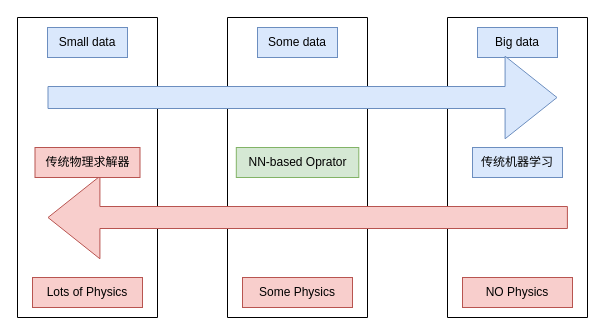
Earlier version of the draw.io diagram 数据物理.drawio (5huanghuai/Diagram). Source tidied: cells renumbered, new cells numbered last; positions are measured from the earlier drawing's top-left corner, leaving out a move shared by most shapes. Both pictures are drawn from the tidied source at 100%, with x=0, y=0 at pixel (17, 17).
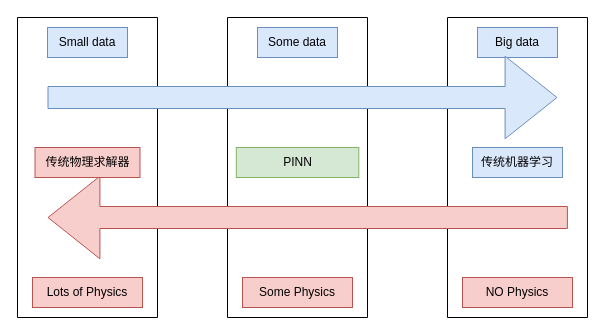
After the change.

Commit message:
更新数据物理.drawio

The edit, as a diff of the source:
```diff
@@
 <mxGraphModel>
   <root>
     <mxCell id="0" />
     <mxCell id="1" parent="0" />
     <mxCell id="2" style="verticalLabelPosition=bottom;verticalAlign=top;html=1;shape=mxgraph.basic.rect;fillColor2=none;strokeWidth=1;size=20;indent=5;" parent="1" vertex="1">
       <mxGeometry x="430" width="140" height="300" as="geometry" />
     </mxCell>
     <mxCell id="3" value="Big data" style="text;html=1;strokeColor=#6c8ebf;fillColor=#dae8fc;align=center;verticalAlign=middle;whiteSpace=wrap;rounded=0;" parent="1" vertex="1">
       <mxGeometry x="460" y="10" width="80" height="30" as="geometry" />
     </mxCell>
     <mxCell id="4" value="NO Physics" style="text;html=1;strokeColor=#b85450;fillColor=#f8cecc;align=center;verticalAlign=middle;whiteSpace=wrap;rounded=0;" parent="1" vertex="1">
       <mxGeometry x="445" y="260" width="110" height="30" as="geometry" />
     </mxCell>
     <mxCell id="5" style="verticalLabelPosition=bottom;verticalAlign=top;html=1;shape=mxgraph.basic.rect;fillColor2=none;strokeWidth=1;size=20;indent=5;" parent="1" vertex="1">
       <mxGeometry x="210" width="140" height="300" as="geometry" />
     </mxCell>
     <mxCell id="6" value="Some data" style="text;html=1;strokeColor=#6c8ebf;fillColor=#dae8fc;align=center;verticalAlign=middle;whiteSpace=wrap;rounded=0;" parent="1" vertex="1">
       <mxGeometry x="240" y="10" width="80" height="30" as="geometry" />
     </mxCell>
     <mxCell id="7" value="Some Physics" style="text;html=1;strokeColor=#b85450;fillColor=#f8cecc;align=center;verticalAlign=middle;whiteSpace=wrap;rounded=0;" parent="1" vertex="1">
       <mxGeometry x="225" y="260" width="110" height="30" as="geometry" />
     </mxCell>
     <mxCell id="8" style="verticalLabelPosition=bottom;verticalAlign=top;html=1;shape=mxgraph.basic.rect;fillColor2=none;strokeWidth=1;size=20;indent=5;" parent="1" vertex="1">
       <mxGeometry width="140" height="300" as="geometry" />
     </mxCell>
     <mxCell id="9" style="shape=flexArrow;endArrow=classic;html=1;rounded=0;width=22;endSize=16.972;endWidth=59.6;fillColor=#dae8fc;strokeColor=#6c8ebf;" parent="1" edge="1">
       <mxGeometry relative="1" as="geometry">
         <mxPoint x="30" y="80" as="sourcePoint" />
         <mxPoint x="540" y="80" as="targetPoint" />
       </mxGeometry>
     </mxCell>
     <mxCell id="10" style="shape=flexArrow;endArrow=classic;html=1;rounded=0;width=22;endSize=16.972;endWidth=59.6;fillColor=#f8cecc;strokeColor=#b85450;" parent="1" edge="1">
       <mxGeometry relative="1" as="geometry">
         <mxPoint x="550.4" y="200" as="sourcePoint" />
         <mxPoint x="30" y="200" as="targetPoint" />
       </mxGeometry>
     </mxCell>
     <mxCell id="11" value="Small data" style="text;html=1;strokeColor=#6c8ebf;fillColor=#dae8fc;align=center;verticalAlign=middle;whiteSpace=wrap;rounded=0;" parent="1" vertex="1">
       <mxGeometry x="30" y="10" width="80" height="30" as="geometry" />
     </mxCell>
     <mxCell id="12" value="Lots of Physics" style="text;html=1;strokeColor=#b85450;fillColor=#f8cecc;align=center;verticalAlign=middle;whiteSpace=wrap;rounded=0;" parent="1" vertex="1">
       <mxGeometry x="15" y="260" width="110" height="30" as="geometry" />
     </mxCell>
     <mxCell id="13" value="传统机器学习" style="text;html=1;strokeColor=#6c8ebf;fillColor=#dae8fc;align=center;verticalAlign=middle;whiteSpace=wrap;rounded=0;" parent="1" vertex="1">
       <mxGeometry x="455" y="130" width="90" height="30" as="geometry" />
     </mxCell>
     <mxCell id="14" value="传统物理求解器" style="text;html=1;strokeColor=#b85450;fillColor=#f8cecc;align=center;verticalAlign=middle;whiteSpace=wrap;rounded=0;" parent="1" vertex="1">
       <mxGeometry x="17.5" y="130" width="105" height="30" as="geometry" />
     </mxCell>
-    <mxCell id="15" value="NN-based Oprator" style="text;html=1;strokeColor=#82b366;fillColor=#d5e8d4;align=center;verticalAlign=middle;whiteSpace=wrap;rounded=0;" parent="1" vertex="1">
+    <mxCell id="15" value="PINN" style="text;html=1;strokeColor=#82b366;fillColor=#d5e8d4;align=center;verticalAlign=middle;whiteSpace=wrap;rounded=0;" parent="1" vertex="1">
       <mxGeometry x="218.8" y="130" width="122.5" height="30" as="geometry" />
     </mxCell>
   </root>
 </mxGraphModel>
```
